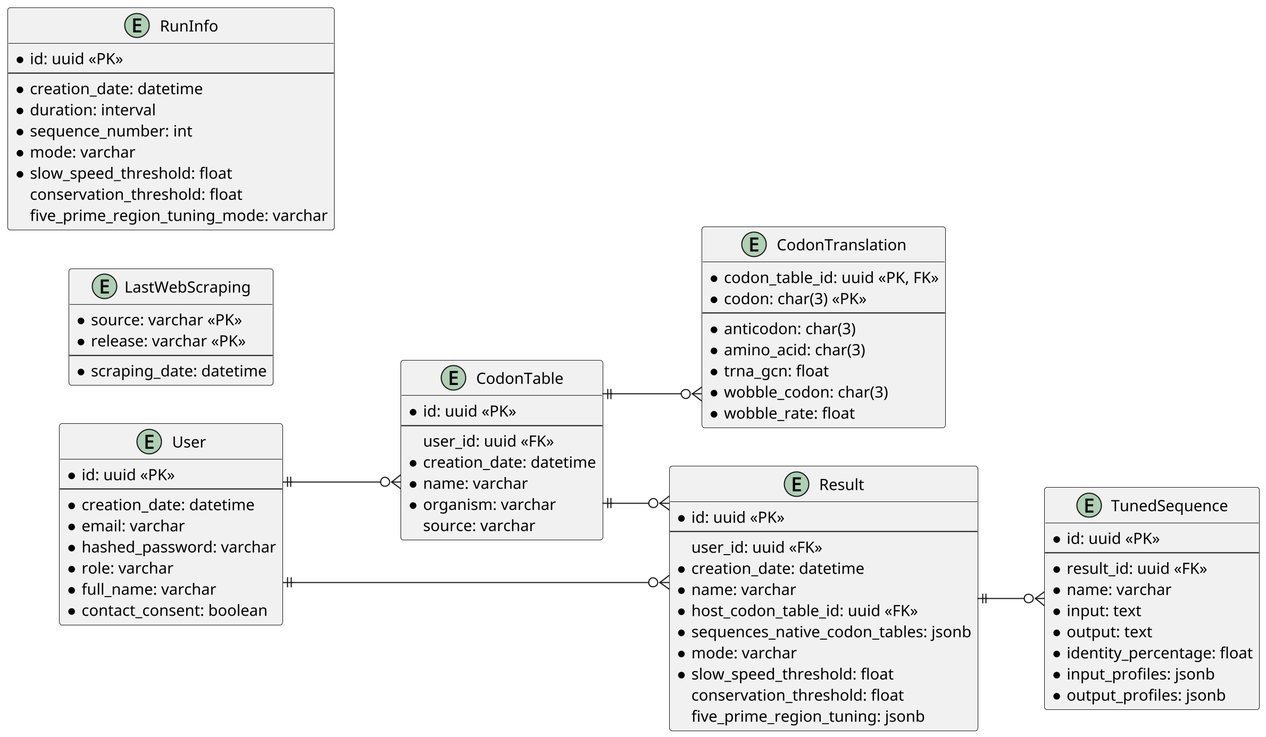
This is docs/db_schema.png from tbonnabaud/expressinhost_web, a PlantUML export, as it was before one commit.
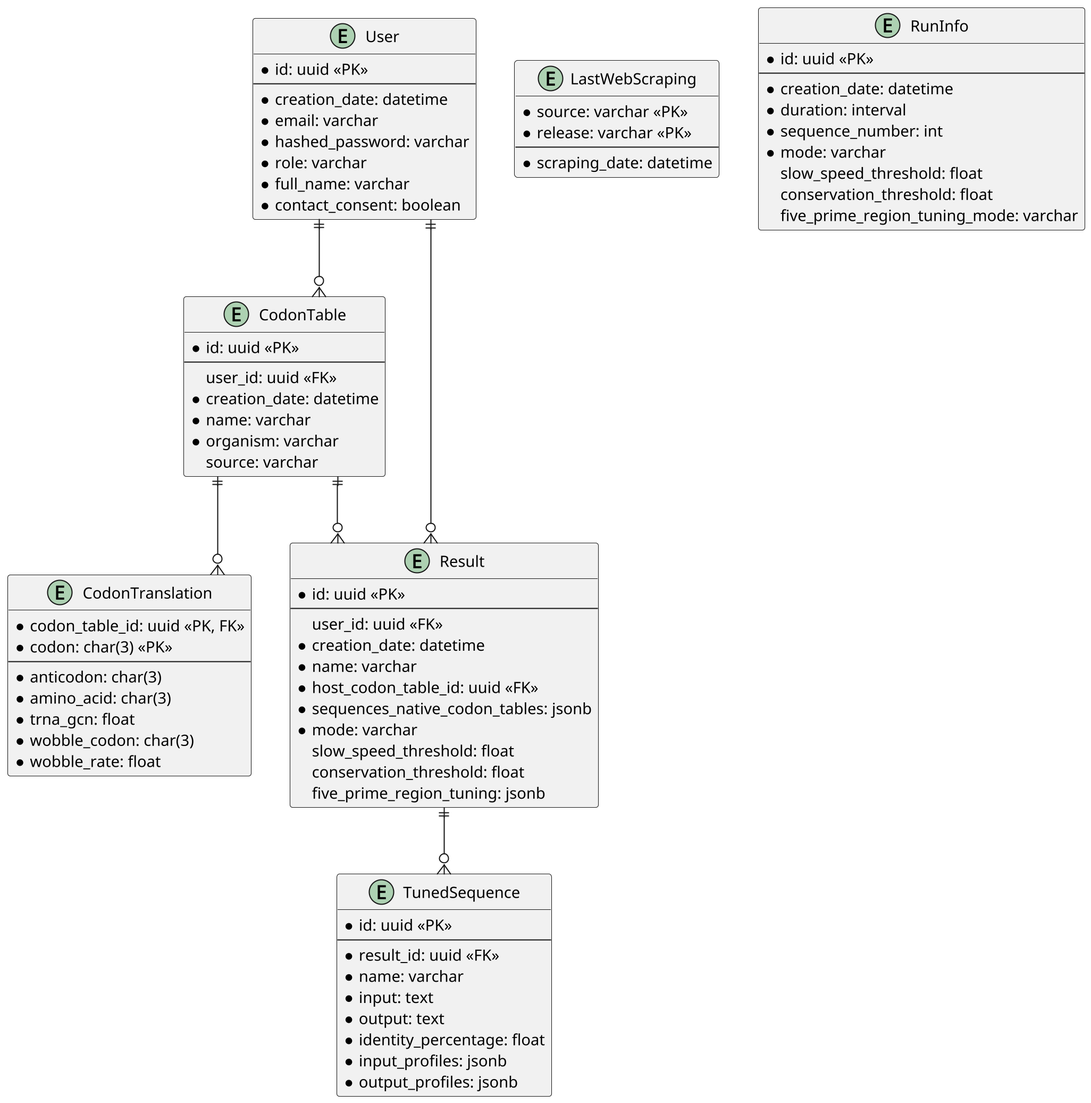
After the commit.

Change to the diagram source:
```diff
@@ -2,7 +2,6 @@
 skinparam linetype ortho
 skinparam dpi 200
 
-left to right direction
 
 entity User {
     * id: uuid <<PK>>
@@ -52,7 +51,7 @@
     * host_codon_table_id: uuid <<FK>>
     * sequences_native_codon_tables: jsonb
     * mode: varchar
-    * slow_speed_threshold: float
+    slow_speed_threshold: float
     conservation_threshold: float
     five_prime_region_tuning: jsonb
 }
@@ -76,7 +75,7 @@
     * duration: interval
     * sequence_number: int
     * mode: varchar
-    * slow_speed_threshold: float
+    slow_speed_threshold: float
     conservation_threshold: float
     five_prime_region_tuning_mode: varchar
 }
```
